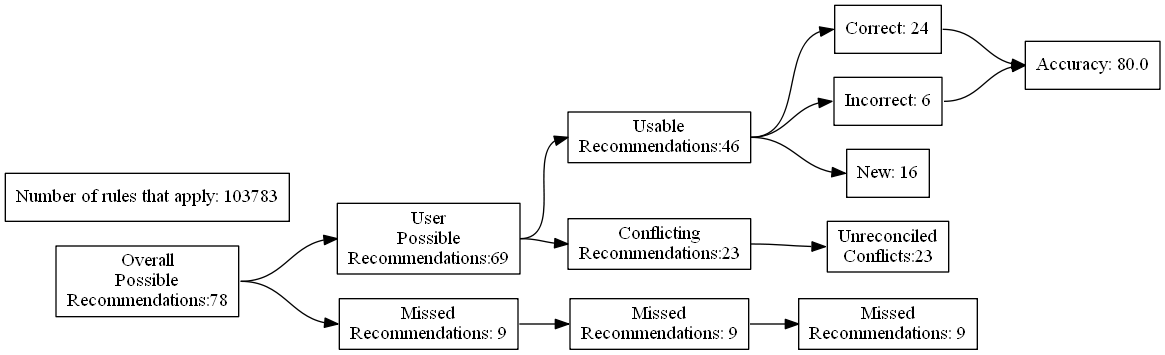
This is test_renders/52.gv.png from ZaxR/ibd_diet_analysis, a Graphviz export, as it was before one commit. Its source is kept beside it as test_renders/52.gv.
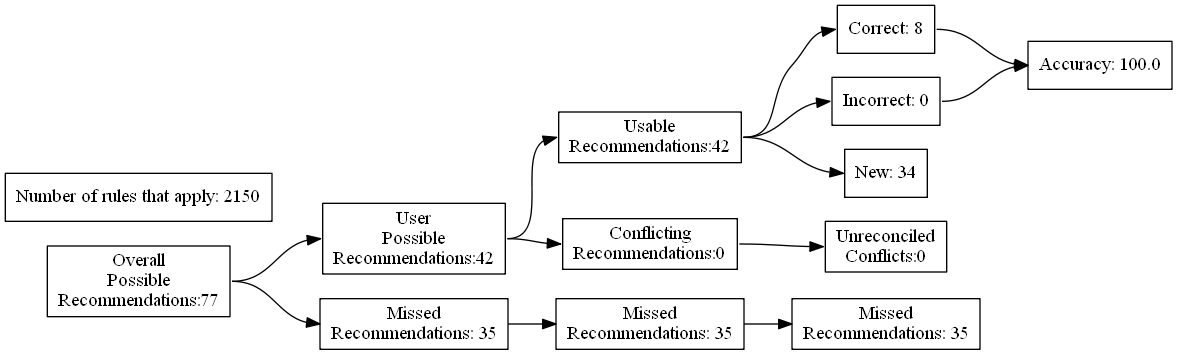
After the change.

The edit, as a diff of the source:
```diff
@@ -4,27 +4,27 @@
 	edge [headport=w tailport=e]
 		A [label="Overall
 Possible
-Recommendations:78"]
+Recommendations:77"]
 		B [label="User
 Possible
-Recommendations:69"]
+Recommendations:42"]
 		C [label="Missed
-Recommendations: 9"]
+Recommendations: 35"]
 		D [label="Usable
-Recommendations:46"]
+Recommendations:42"]
 		E [label="Conflicting
-Recommendations:23"]
+Recommendations:0"]
 		J [label="Missed
-Recommendations: 9"]
+Recommendations: 35"]
 		M [label="Unreconciled
-Conflicts:23"]
-		F [label="Correct: 24"]
-		G [label="Incorrect: 6"]
-		H [label="New: 16"]
+Conflicts:0"]
+		F [label="Correct: 8"]
+		G [label="Incorrect: 0"]
+		H [label="New: 34"]
 		K [label="Missed
-Recommendations: 9"]
-		I [label="Accuracy: 80.0"]
-		l [label="Number of rules that apply: 103783"]
+Recommendations: 35"]
+		I [label="Accuracy: 100.0"]
+		l [label="Number of rules that apply: 2150"]
 			A -> B
 			A -> C
 			B -> D
```
